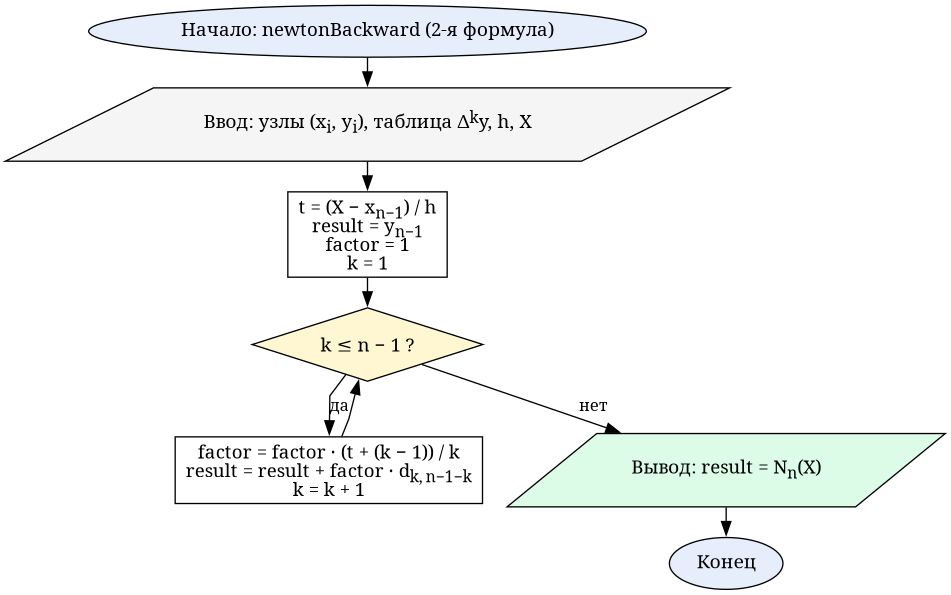
This is reports/resources/flowcharts/lab5_newton_bwd.png from Oriptal/calc-math-lab2, a Graphviz export, as it was before one commit. Its source is kept beside it as reports/resources/flowcharts/lab5_newton_bwd.dot.
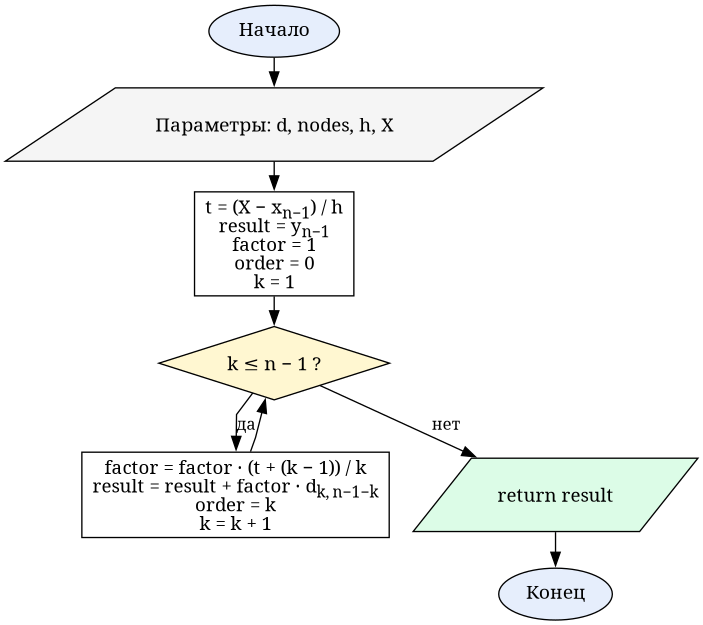
After the change.

The edit, as a diff of the source:
```diff
@@ -3,12 +3,12 @@
   node  [fontname="CMU Serif", fontsize=14, style="filled", fillcolor="#ffffff", color="#000000"]
   edge  [fontname="CMU Serif", fontsize=12, color="#000000"]
 
-  start  [label="Начало: newtonBackward (2-я формула)", shape=oval, fillcolor="#e6eefc"]
-  input  [label=<Ввод: узлы (x<SUB>i</SUB>, y<SUB>i</SUB>), таблица Δ<SUP>k</SUP>y, h, X>, shape=parallelogram, fillcolor="#f5f5f5"]
-  init   [label=<t = (X − x<SUB>n−1</SUB>) / h<BR/>result = y<SUB>n−1</SUB><BR/>factor = 1<BR/>k = 1>, shape=box]
+  start  [label="Начало", shape=oval, fillcolor="#e6eefc"]
+  input  [label=<Параметры: d, nodes, h, X>, shape=parallelogram, fillcolor="#f5f5f5"]
+  init   [label=<t = (X − x<SUB>n−1</SUB>) / h<BR/>result = y<SUB>n−1</SUB><BR/>factor = 1<BR/>order = 0<BR/>k = 1>, shape=box]
   chk    [label=<k ≤ n − 1 ?>, shape=diamond, fillcolor="#fff7d1"]
-  body   [label=<factor = factor · (t + (k − 1)) / k<BR/>result = result + factor · d<SUB>k,&thinsp;n−1−k</SUB><BR/>k = k + 1>, shape=box]
-  output [label=<Вывод: result = N<SUB>n</SUB>(X)>, shape=parallelogram, fillcolor="#dcfce7"]
+  body   [label=<factor = factor · (t + (k − 1)) / k<BR/>result = result + factor · d<SUB>k,&thinsp;n−1−k</SUB><BR/>order = k<BR/>k = k + 1>, shape=box]
+  output [label=<return result>, shape=parallelogram, fillcolor="#dcfce7"]
   stop   [label="Конец", shape=oval, fillcolor="#e6eefc"]
 
   start -> input -> init -> chk
```
